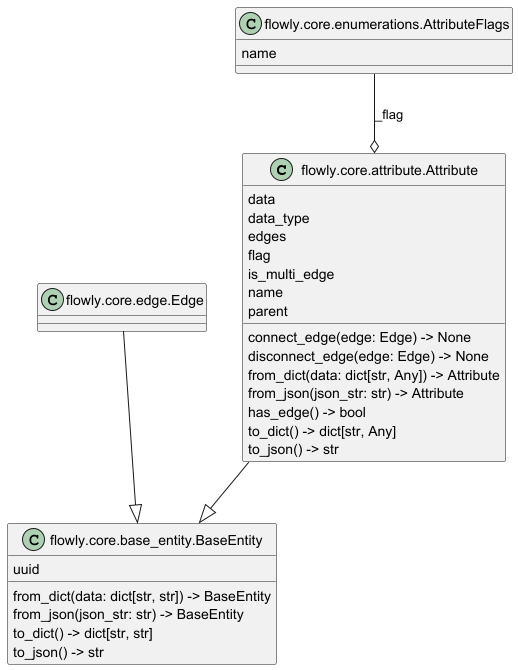
Before: classes.png, a diagram exported from PlantUML (j8sr0230/flowly).
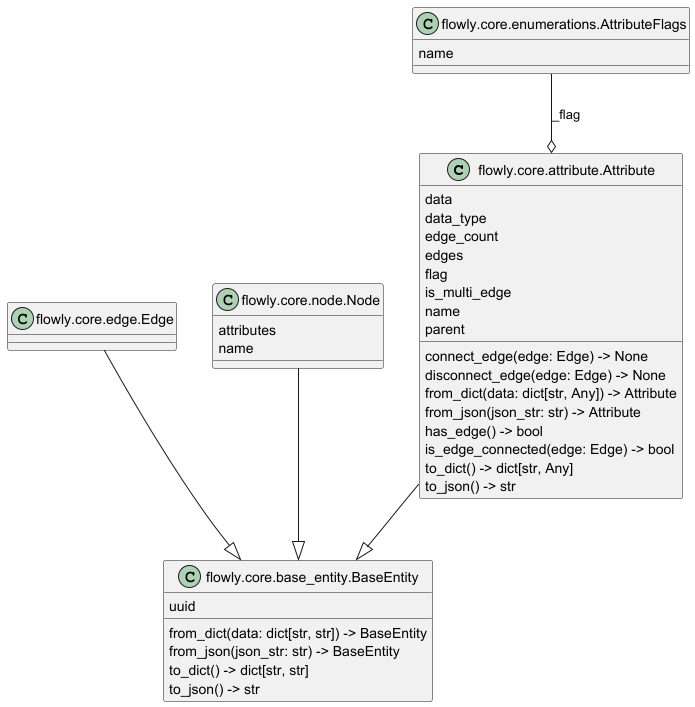
The same diagram one commit later.

The edit, as a diff of the source:
```diff
@@ -3,6 +3,7 @@
 class "flowly.core.attribute.Attribute" as flowly.core.attribute.Attribute {
   data
   data_type
+  edge_count
   edges
   flag
   is_multi_edge
@@ -13,6 +14,7 @@
   from_dict(data: dict[str, Any]) -> Attribute
   from_json(json_str: str) -> Attribute
   has_edge() -> bool
+  is_edge_connected(edge: Edge) -> bool
   to_dict() -> dict[str, Any]
   to_json() -> str
 }
@@ -28,7 +30,12 @@
 class "flowly.core.enumerations.AttributeFlags" as flowly.core.enumerations.AttributeFlags {
   name
 }
+class "flowly.core.node.Node" as flowly.core.node.Node {
+  attributes
+  name
+}
 flowly.core.attribute.Attribute --|> flowly.core.base_entity.BaseEntity
 flowly.core.edge.Edge --|> flowly.core.base_entity.BaseEntity
+flowly.core.node.Node --|> flowly.core.base_entity.BaseEntity
 flowly.core.enumerations.AttributeFlags --o flowly.core.attribute.Attribute : _flag
 @enduml
```
